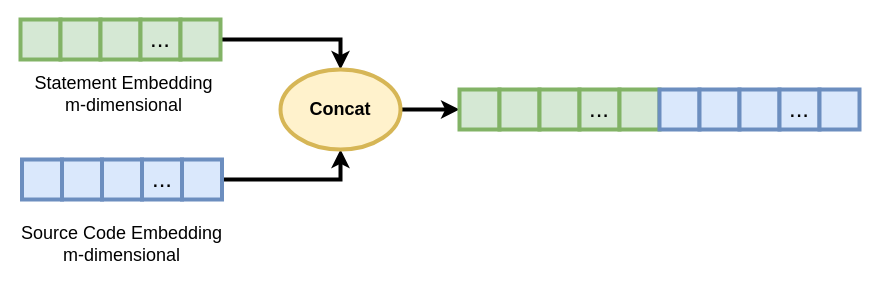
Above: fusion.drawio in viniciusrpb/drawio_flowcharts (draw.io), before the change. Source tidied: cells renumbered, new cells numbered last; positions are measured from the earlier drawing's top-left corner, leaving out a move shared by most shapes. Both pictures are drawn from the tidied source at 100%, with x=0, y=0 at pixel (18, 19).
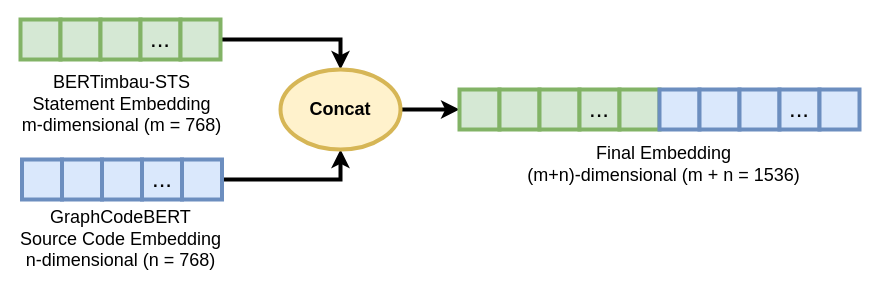
Above is the later version.

Diff of the diagram source:
```diff
@@
-    <mxCell id="8" value="Statement Embedding&lt;div&gt;m-dimensional&lt;/div&gt;" style="text;html=1;whiteSpace=wrap;strokeColor=none;fillColor=none;align=center;verticalAlign=middle;rounded=0;fontSize=18;" parent="1" vertex="1">
-      <mxGeometry x="6.5" y="50" width="197" height="50" as="geometry" />
+    <mxCell id="8" value="&lt;div&gt;BERTimbau-STS&lt;/div&gt;Statement Embedding&lt;div&gt;m-dimensional (m = 768)&lt;/div&gt;" style="text;html=1;whiteSpace=wrap;strokeColor=none;fillColor=none;align=center;verticalAlign=middle;rounded=0;fontSize=18;" parent="1" vertex="1">
+      <mxGeometry y="50" width="207" height="70" as="geometry" />
     </mxCell>
@@
-    <mxCell id="15" value="Source Code Embedding&lt;div&gt;m-dimensional&lt;/div&gt;" style="text;html=1;whiteSpace=wrap;strokeColor=none;fillColor=none;align=center;verticalAlign=middle;rounded=0;fontSize=18;" parent="1" vertex="1">
-      <mxGeometry y="200" width="207" height="50" as="geometry" />
+    <mxCell id="15" value="GraphCodeBERT&lt;div&gt;Source Code Embedding&lt;div&gt;&lt;span style=&quot;background-color: transparent; color: light-dark(rgb(0, 0, 0), rgb(255, 255, 255));&quot;&gt;n-dimensional (n = 768)&lt;/span&gt;&lt;/div&gt;&lt;/div&gt;" style="text;html=1;whiteSpace=wrap;strokeColor=none;fillColor=none;align=center;verticalAlign=middle;rounded=0;fontSize=18;" parent="1" vertex="1">
+      <mxGeometry x="-1.5" y="180" width="207" height="80" as="geometry" />
     </mxCell>
@@
+    <mxCell id="28" value="&lt;div&gt;&lt;span style=&quot;background-color: transparent; color: light-dark(rgb(0, 0, 0), rgb(255, 255, 255));&quot;&gt;Final Embedding&lt;/span&gt;&lt;/div&gt;&lt;div&gt;(m+n)-dimensional (m + n = 1536)&lt;/div&gt;" style="text;html=1;whiteSpace=wrap;strokeColor=none;fillColor=none;align=center;verticalAlign=middle;rounded=0;fontSize=18;" parent="1" vertex="1">
+      <mxGeometry x="502" y="110" width="287" height="70" as="geometry" />
+    </mxCell>
```
